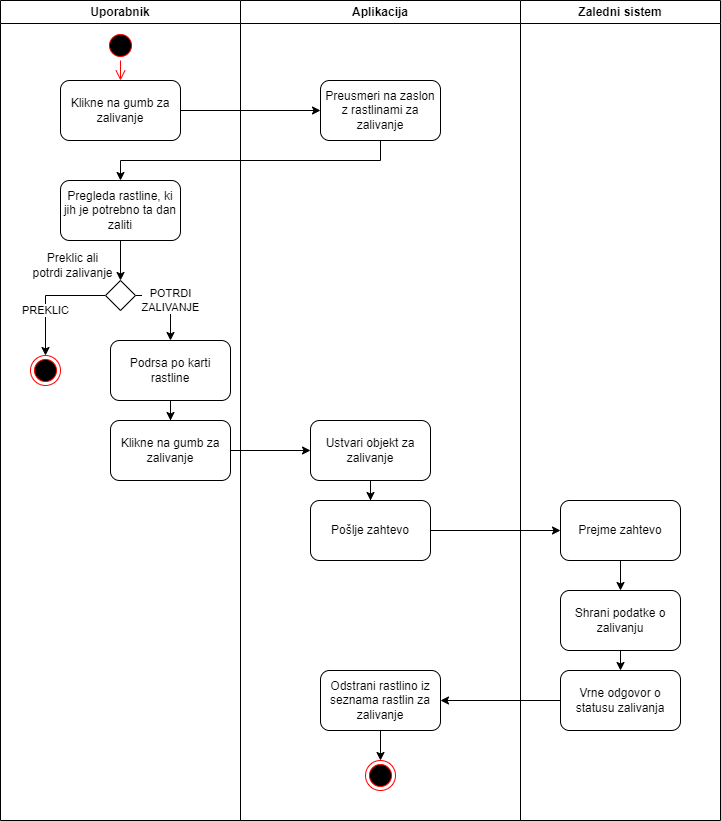
The draw.io diagram Documentation/ActivityDiagrams/Watering/DA_Zalivanje.png in zala-lahovnik/BotaniAI, before a commit. Source tidied: cells renumbered, new cells last; positions are measured from the earlier drawing's top-left corner, leaving out a move shared by most shapes. Its diagram source:
```xml
<mxGraphModel>
  <root>
    <mxCell id="0" />
    <mxCell id="1" parent="0" />
    <mxCell id="2" value="Uporabnik" style="swimlane;whiteSpace=wrap;html=1;" parent="1" vertex="1">
      <mxGeometry width="240" height="820" as="geometry" />
    </mxCell>
    <mxCell id="3" style="ellipse;html=1;shape=startState;fillColor=#000000;strokeColor=#ff0000;" parent="2" vertex="1">
      <mxGeometry x="105" y="30" width="30" height="30" as="geometry" />
    </mxCell>
    <mxCell id="4" style="edgeStyle=orthogonalEdgeStyle;html=1;verticalAlign=bottom;endArrow=open;endSize=8;strokeColor=#ff0000;rounded=0;entryX=0.5;entryY=0;entryDx=0;entryDy=0;" parent="2" edge="1" source="3" target="5">
      <mxGeometry relative="1" as="geometry" />
    </mxCell>
    <mxCell id="5" value="Klikne na gumb za zalivanje" style="rounded=1;whiteSpace=wrap;html=1;" parent="2" vertex="1">
      <mxGeometry x="60" y="80" width="120" height="60" as="geometry" />
    </mxCell>
    <mxCell id="6" style="edgeStyle=orthogonalEdgeStyle;rounded=0;jettySize=auto;html=1;" parent="2" edge="1" source="7" target="11">
      <mxGeometry relative="1" as="geometry" />
    </mxCell>
    <mxCell id="7" value="Podrsa po karti rastline" style="whiteSpace=wrap;html=1;rounded=1;" parent="2" vertex="1">
      <mxGeometry x="110" y="340" width="120" height="60" as="geometry" />
    </mxCell>
    <mxCell id="8" style="ellipse;html=1;shape=endState;fillColor=#000000;strokeColor=#ff0000;" parent="2" vertex="1">
      <mxGeometry x="30" y="355" width="30" height="30" as="geometry" />
    </mxCell>
    <mxCell id="9" style="edgeStyle=orthogonalEdgeStyle;rounded=0;jettySize=auto;html=1;entryX=0.5;entryY=0;entryDx=0;entryDy=0;" parent="2" edge="1" source="10" target="14">
      <mxGeometry relative="1" as="geometry" />
    </mxCell>
    <mxCell id="10" value="Pregleda rastline, ki jih je potrebno ta dan zaliti" style="rounded=1;whiteSpace=wrap;html=1;" parent="2" vertex="1">
      <mxGeometry x="60" y="180" width="120" height="60" as="geometry" />
    </mxCell>
    <mxCell id="11" value="Klikne na gumb za zalivanje" style="whiteSpace=wrap;html=1;rounded=1;" parent="2" vertex="1">
      <mxGeometry x="110" y="420" width="120" height="60" as="geometry" />
    </mxCell>
    <mxCell id="12" value="POTRDI&lt;br&gt;ZALIVANJE" style="edgeStyle=orthogonalEdgeStyle;rounded=0;jettySize=auto;html=1;entryX=0.5;entryY=0;entryDx=0;entryDy=0;" parent="2" edge="1" source="14" target="7">
      <mxGeometry relative="1" as="geometry">
        <Array as="points">
          <mxPoint x="170" y="295" />
        </Array>
      </mxGeometry>
    </mxCell>
    <mxCell id="13" value="PREKLIC" style="edgeStyle=orthogonalEdgeStyle;rounded=0;jettySize=auto;html=1;entryX=0.5;entryY=0;entryDx=0;entryDy=0;" parent="2" edge="1" source="14" target="8">
      <mxGeometry x="0.25" relative="1" as="geometry">
        <Array as="points">
          <mxPoint x="45" y="295" />
        </Array>
      </mxGeometry>
    </mxCell>
    <mxCell id="14" style="rhombus;whiteSpace=wrap;html=1;" parent="2" vertex="1">
      <mxGeometry x="105" y="280" width="30" height="30" as="geometry" />
    </mxCell>
    <mxCell id="15" value="Preklic ali potrdi zalivanje" style="text;html=1;strokeColor=none;fillColor=none;align=center;verticalAlign=middle;whiteSpace=wrap;rounded=0;" parent="2" vertex="1">
      <mxGeometry x="30" y="250" width="85" height="30" as="geometry" />
    </mxCell>
    <mxCell id="16" value="Aplikacija" style="swimlane;whiteSpace=wrap;html=1;" parent="1" vertex="1">
      <mxGeometry x="240" width="280" height="820" as="geometry" />
    </mxCell>
    <mxCell id="17" value="Preusmeri na zaslon z rastlinami za zalivanje" style="rounded=1;whiteSpace=wrap;html=1;" parent="16" vertex="1">
      <mxGeometry x="80" y="80" width="120" height="60" as="geometry" />
    </mxCell>
    <mxCell id="18" style="edgeStyle=orthogonalEdgeStyle;rounded=0;jettySize=auto;html=1;" parent="16" edge="1" source="19" target="20">
      <mxGeometry relative="1" as="geometry" />
    </mxCell>
    <mxCell id="19" value="Ustvari objekt za zalivanje" style="whiteSpace=wrap;html=1;rounded=1;" parent="16" vertex="1">
      <mxGeometry x="70" y="420" width="120" height="60" as="geometry" />
    </mxCell>
    <mxCell id="20" value="Pošlje zahtevo" style="whiteSpace=wrap;html=1;rounded=1;" parent="16" vertex="1">
      <mxGeometry x="70" y="500" width="120" height="60" as="geometry" />
    </mxCell>
    <mxCell id="21" style="edgeStyle=orthogonalEdgeStyle;rounded=0;jettySize=auto;html=1;" parent="16" edge="1" source="22" target="23">
      <mxGeometry relative="1" as="geometry" />
    </mxCell>
    <mxCell id="22" value="Odstrani rastlino iz seznama rastlin za zalivanje" style="whiteSpace=wrap;html=1;rounded=1;" parent="16" vertex="1">
      <mxGeometry x="80" y="670" width="120" height="60" as="geometry" />
    </mxCell>
    <mxCell id="23" style="ellipse;html=1;shape=endState;fillColor=#000000;strokeColor=#ff0000;" parent="16" vertex="1">
      <mxGeometry x="125" y="760" width="30" height="30" as="geometry" />
    </mxCell>
    <mxCell id="24" value="Zaledni sistem" style="swimlane;whiteSpace=wrap;html=1;startSize=23;" parent="1" vertex="1">
      <mxGeometry x="520" width="200" height="820" as="geometry" />
    </mxCell>
    <mxCell id="25" style="edgeStyle=orthogonalEdgeStyle;rounded=0;jettySize=auto;html=1;" parent="24" edge="1" source="26" target="27">
      <mxGeometry relative="1" as="geometry" />
    </mxCell>
    <mxCell id="26" value="Prejme zahtevo" style="whiteSpace=wrap;html=1;rounded=1;" parent="24" vertex="1">
      <mxGeometry x="40" y="500" width="120" height="60" as="geometry" />
    </mxCell>
    <mxCell id="27" value="Shrani podatke o zalivanju" style="whiteSpace=wrap;html=1;rounded=1;" parent="24" vertex="1">
      <mxGeometry x="40" y="590" width="120" height="60" as="geometry" />
    </mxCell>
    <mxCell id="28" style="edgeStyle=orthogonalEdgeStyle;rounded=0;jettySize=auto;html=1;exitX=0.5;exitY=1;exitDx=0;exitDy=0;entryX=0.5;entryY=0;entryDx=0;entryDy=0;" parent="24" edge="1" source="27" target="29">
      <mxGeometry relative="1" as="geometry" />
    </mxCell>
    <mxCell id="29" value="Vrne odgovor o statusu zalivanja" style="whiteSpace=wrap;html=1;rounded=1;" parent="24" vertex="1">
      <mxGeometry x="40" y="670" width="120" height="60" as="geometry" />
    </mxCell>
    <mxCell id="30" style="endArrow=classic;html=1;rounded=0;exitX=1;exitY=0.5;exitDx=0;exitDy=0;entryX=0;entryY=0.5;entryDx=0;entryDy=0;" parent="1" edge="1" source="5" target="17">
      <mxGeometry relative="1" as="geometry" />
    </mxCell>
    <mxCell id="31" style="edgeStyle=orthogonalEdgeStyle;rounded=0;jettySize=auto;html=1;exitX=0.5;exitY=1;exitDx=0;exitDy=0;" parent="1" edge="1" source="17" target="10">
      <mxGeometry relative="1" as="geometry" />
    </mxCell>
    <mxCell id="32" style="edgeStyle=orthogonalEdgeStyle;rounded=0;jettySize=auto;html=1;" parent="1" edge="1" source="11" target="19">
      <mxGeometry relative="1" as="geometry" />
    </mxCell>
    <mxCell id="33" style="edgeStyle=orthogonalEdgeStyle;rounded=0;jettySize=auto;html=1;entryX=0;entryY=0.5;entryDx=0;entryDy=0;" parent="1" edge="1" source="20" target="26">
      <mxGeometry relative="1" as="geometry" />
    </mxCell>
    <mxCell id="34" style="edgeStyle=orthogonalEdgeStyle;rounded=0;jettySize=auto;html=1;" parent="1" edge="1" source="29" target="22">
      <mxGeometry relative="1" as="geometry" />
    </mxCell>
  </root>
</mxGraphModel>
```
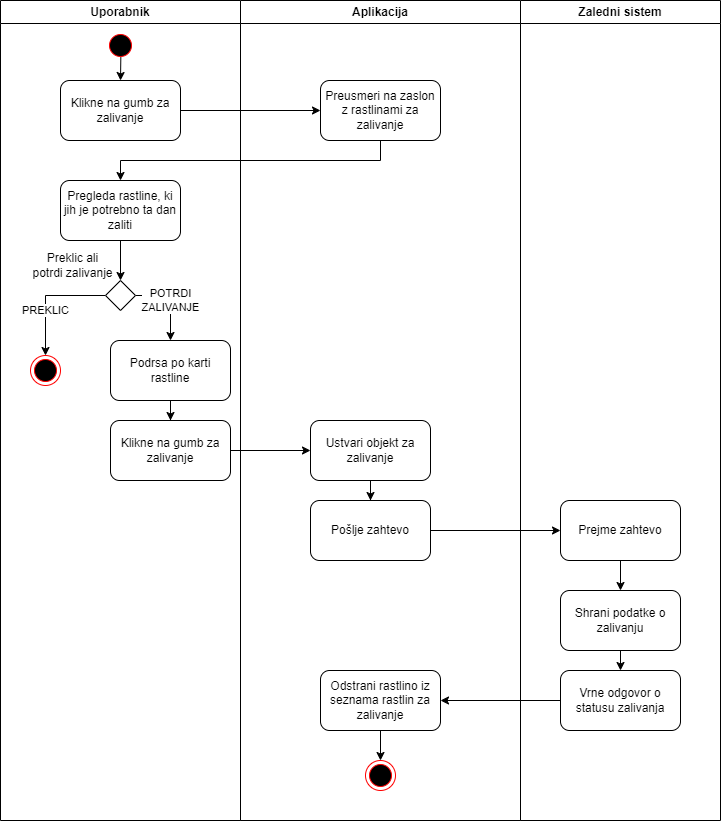
The same file after the commit.

Commit message:
docs: update activity diagram for watering plants

Diff of the diagram source:
```diff
@@ -8,7 +8,7 @@
     <mxCell id="3" style="ellipse;html=1;shape=startState;fillColor=#000000;strokeColor=#ff0000;" parent="2" vertex="1">
       <mxGeometry x="105" y="30" width="30" height="30" as="geometry" />
     </mxCell>
-    <mxCell id="4" style="edgeStyle=orthogonalEdgeStyle;html=1;verticalAlign=bottom;endArrow=open;endSize=8;strokeColor=#ff0000;rounded=0;entryX=0.5;entryY=0;entryDx=0;entryDy=0;" parent="2" edge="1" source="3" target="5">
+    <mxCell id="4" style="edgeStyle=orthogonalEdgeStyle;rounded=0;jettySize=auto;html=1;exitX=0.511;exitY=0.883;exitDx=0;exitDy=0;exitPerimeter=0;entryX=0.5;entryY=0;entryDx=0;entryDy=0;" parent="2" edge="1" source="3" target="5">
       <mxGeometry relative="1" as="geometry" />
     </mxCell>
     <mxCell id="5" value="Klikne na gumb za zalivanje" style="rounded=1;whiteSpace=wrap;html=1;" parent="2" vertex="1">
```
